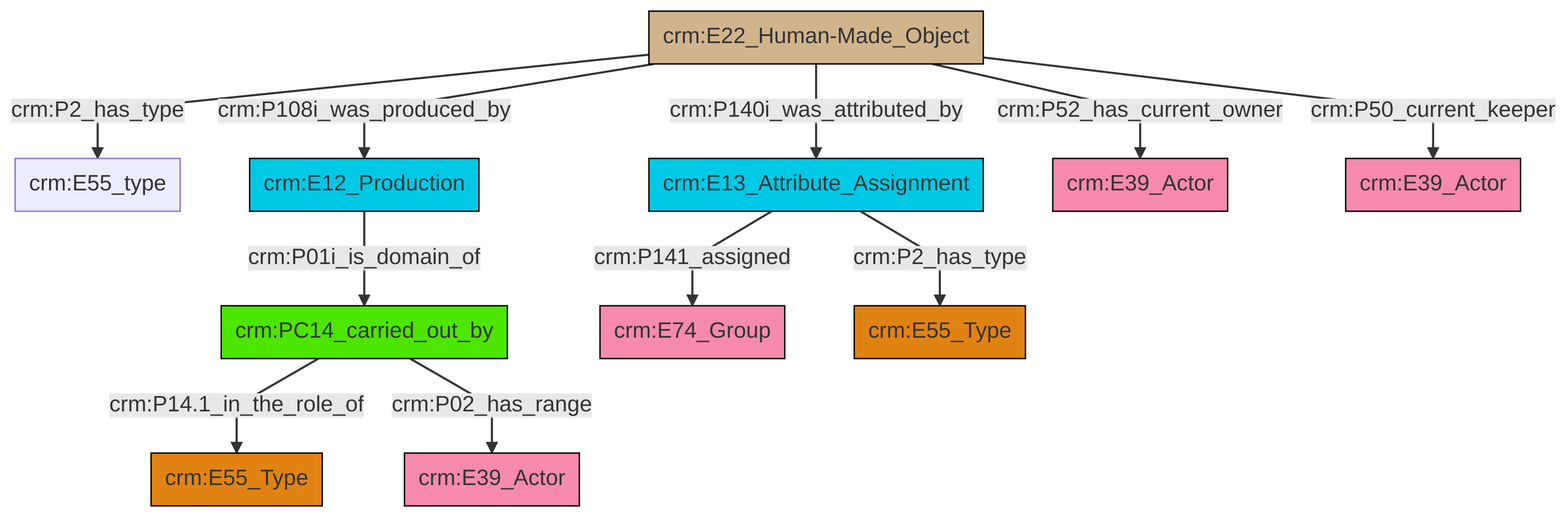
This is et/artworkCSV/ttl/mmd/png/Artwork_Actor_Relations.png from swiss-art-research-net/docs.swissartresearch, a Mermaid export, as it was before one commit. Its source is kept beside it as et/artworkCSV/ttl/mmd/Artwork_Actor_Relations.ttl.mmd.
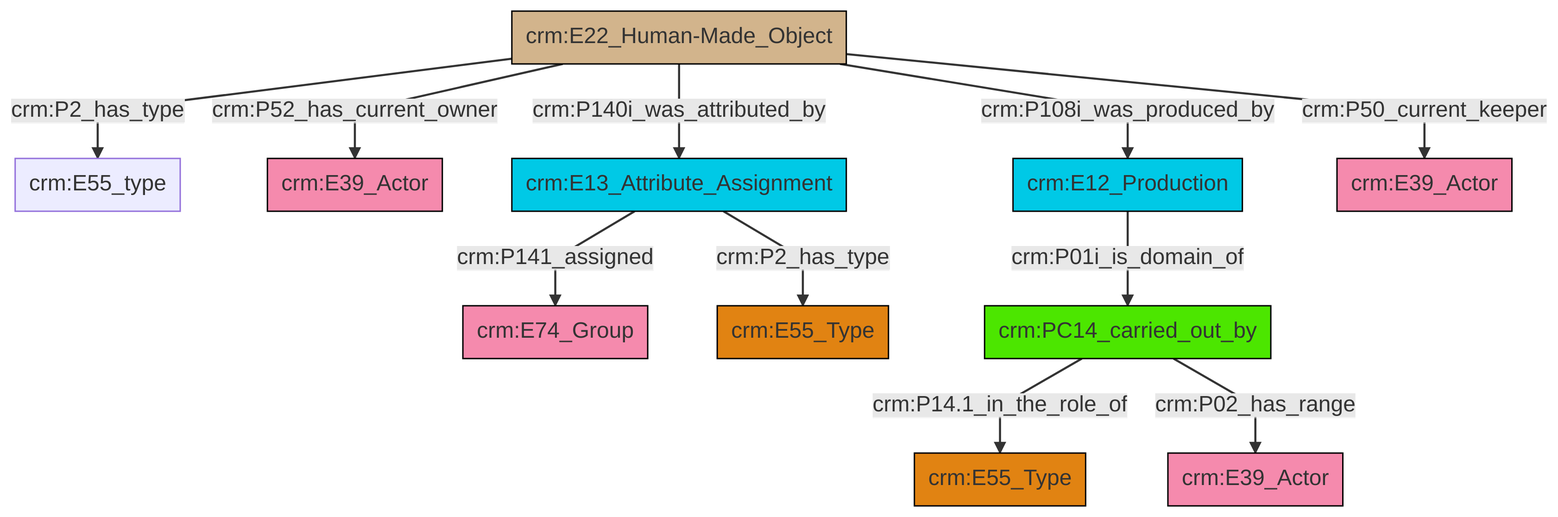
The same diagram one commit later.

Change to the diagram source:
```diff
@@ -13,13 +13,13 @@
 classDef PC_Classes fill:#4ce600, stroke:#000000;
 classDef Multi fill:#cccccc,stroke:#000000;
 
-8["crm:E22_Human-Made_Object"]:::Physical_Thing -->|crm:P108i_was_produced_by| 2["crm:E12_Production"]:::Temporal_Entity
-8["crm:E22_Human-Made_Object"]:::Physical_Thing -->|crm:P52_has_current_owner| 9["crm:E39_Actor"]:::Actor
-8["crm:E22_Human-Made_Object"]:::Physical_Thing -->|crm:P2_has_type| 0["crm:E55_type"]:::Default
-10["crm:PC14_carried_out_by"]:::PC_Classes -->|crm:P14.1_in_the_role_of| 11["crm:E55_Type"]:::Type
-10["crm:PC14_carried_out_by"]:::PC_Classes -->|crm:P02_has_range| 6["crm:E39_Actor"]:::Actor
-8["crm:E22_Human-Made_Object"]:::Physical_Thing -->|crm:P50_current_keeper| 14["crm:E39_Actor"]:::Actor
-8["crm:E22_Human-Made_Object"]:::Physical_Thing -->|crm:P140i_was_attributed_by| 4["crm:E13_Attribute_Assignment"]:::Temporal_Entity
-2["crm:E12_Production"]:::Temporal_Entity -->|crm:P01i_is_domain_of| 10["crm:PC14_carried_out_by"]:::PC_Classes
-4["crm:E13_Attribute_Assignment"]:::Temporal_Entity -->|crm:P141_assigned| 12["crm:E74_Group"]:::Actor
-4["crm:E13_Attribute_Assignment"]:::Temporal_Entity -->|crm:P2_has_type| 17["crm:E55_Type"]:::Type
+0["crm:E22_Human-Made_Object"]:::Physical_Thing -->|crm:P2_has_type| 1["crm:E55_type"]:::Default
+0["crm:E22_Human-Made_Object"]:::Physical_Thing -->|crm:P52_has_current_owner| 8["crm:E39_Actor"]:::Actor
+4["crm:E12_Production"]:::Temporal_Entity -->|crm:P01i_is_domain_of| 9["crm:PC14_carried_out_by"]:::PC_Classes
+0["crm:E22_Human-Made_Object"]:::Physical_Thing -->|crm:P140i_was_attributed_by| 13["crm:E13_Attribute_Assignment"]:::Temporal_Entity
+0["crm:E22_Human-Made_Object"]:::Physical_Thing -->|crm:P108i_was_produced_by| 4["crm:E12_Production"]:::Temporal_Entity
+9["crm:PC14_carried_out_by"]:::PC_Classes -->|crm:P14.1_in_the_role_of| 6["crm:E55_Type"]:::Type
+0["crm:E22_Human-Made_Object"]:::Physical_Thing -->|crm:P50_current_keeper| 18["crm:E39_Actor"]:::Actor
+9["crm:PC14_carried_out_by"]:::PC_Classes -->|crm:P02_has_range| 19["crm:E39_Actor"]:::Actor
+13["crm:E13_Attribute_Assignment"]:::Temporal_Entity -->|crm:P141_assigned| 10["crm:E74_Group"]:::Actor
+13["crm:E13_Attribute_Assignment"]:::Temporal_Entity -->|crm:P2_has_type| 2["crm:E55_Type"]:::Type
```
